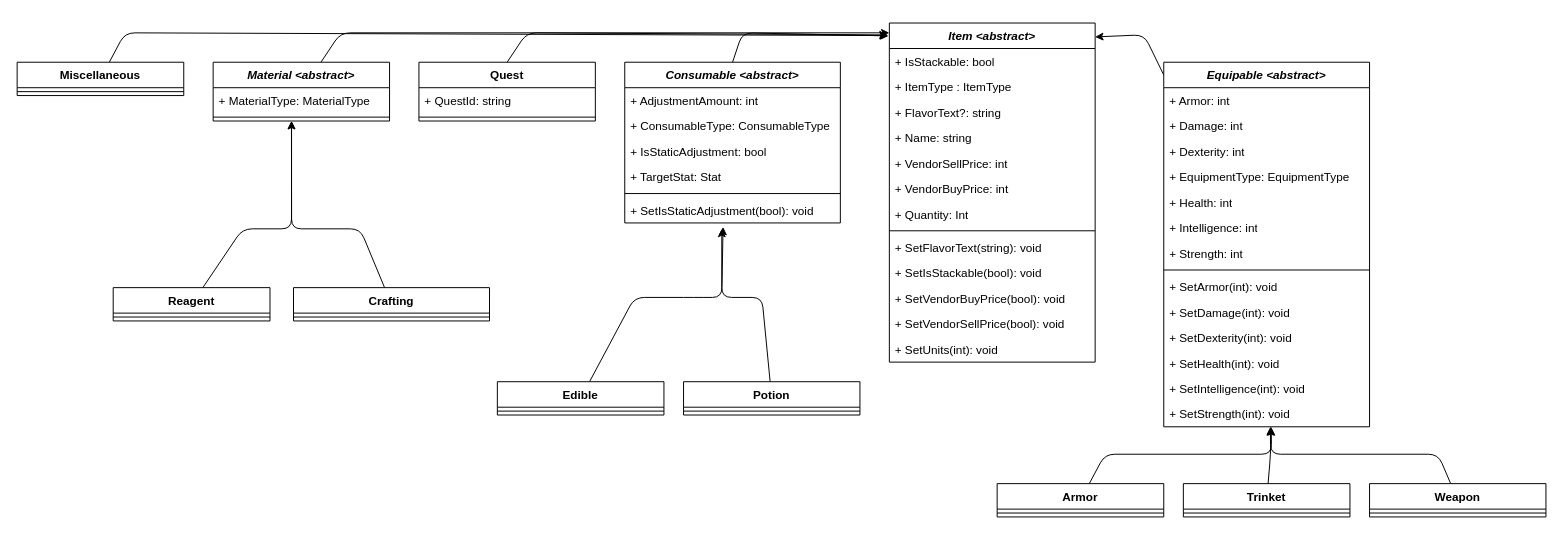
Earlier version of the draw.io diagram docs/design/domain_models/items.drawio (scottfalbo/GameEngine). Source tidied: cells renumbered, new cells numbered last; positions are measured from the earlier drawing's top-left corner, leaving out a move shared by most shapes. Both pictures are drawn from the tidied source at 98%, with x=0, y=0 at pixel (17, 23).
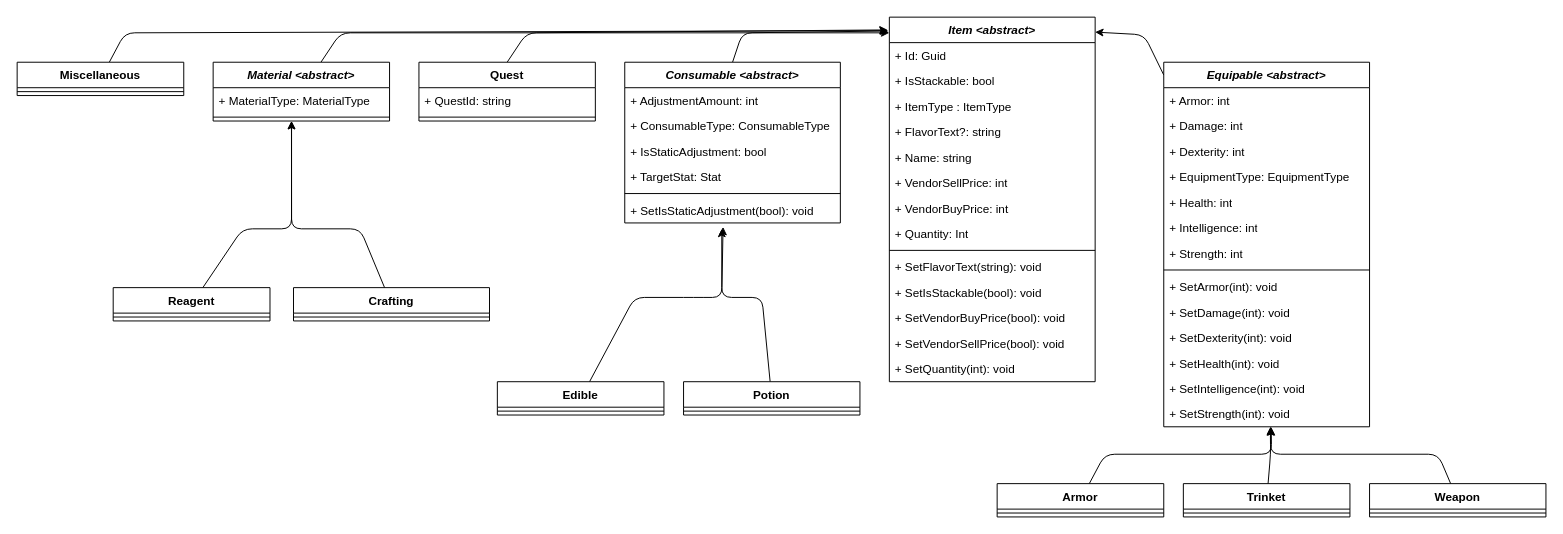
The same diagram, later.

Commit message (it also covers changes not shown here):
added guid id to models

Diff of the diagram source:
```diff
@@
     <mxCell id="2" value="&lt;i style=&quot;&quot;&gt;Item&lt;/i&gt;&lt;i style=&quot;&quot;&gt; &amp;lt;abstract&amp;gt;&lt;/i&gt;" style="swimlane;fontStyle=1;align=center;verticalAlign=top;horizontal=1;startSize=26;whiteSpace=wrap;html=1;" parent="1" vertex="1">
-      <mxGeometry x="890" width="210" height="346" as="geometry" />
+      <mxGeometry x="890" y="-6" width="210" height="372" as="geometry" />
     </mxCell>
+    <mxCell id="72" value="+ Id: Guid" style="text;strokeColor=none;fillColor=none;align=left;verticalAlign=top;spacingLeft=4;spacingRight=4;overflow=hidden;whiteSpace=wrap;html=1;" parent="2" vertex="1">
+      <mxGeometry y="26" width="210" height="26" as="geometry" />
+    </mxCell>
     <mxCell id="3" value="+ IsStackable: bool" style="text;strokeColor=none;fillColor=none;align=left;verticalAlign=top;spacingLeft=4;spacingRight=4;overflow=hidden;whiteSpace=wrap;html=1;" parent="2" vertex="1">
-      <mxGeometry y="26" width="210" height="26" as="geometry" />
+      <mxGeometry y="52" width="210" height="26" as="geometry" />
     </mxCell>
     <mxCell id="4" value="+ ItemType : ItemType" style="text;strokeColor=none;fillColor=none;align=left;verticalAlign=top;spacingLeft=4;spacingRight=4;overflow=hidden;whiteSpace=wrap;html=1;" parent="2" vertex="1">
-      <mxGeometry y="52" width="210" height="26" as="geometry" />
+      <mxGeometry y="78" width="210" height="26" as="geometry" />
     </mxCell>
     <mxCell id="5" value="+ FlavorText?: string" style="text;strokeColor=none;fillColor=none;align=left;verticalAlign=top;spacingLeft=4;spacingRight=4;overflow=hidden;whiteSpace=wrap;html=1;" parent="2" vertex="1">
-      <mxGeometry y="78" width="210" height="26" as="geometry" />
+      <mxGeometry y="104" width="210" height="26" as="geometry" />
     </mxCell>
     <mxCell id="6" value="+ Name: string" style="text;strokeColor=none;fillColor=none;align=left;verticalAlign=top;spacingLeft=4;spacingRight=4;overflow=hidden;whiteSpace=wrap;html=1;" parent="2" vertex="1">
-      <mxGeometry y="104" width="210" height="26" as="geometry" />
+      <mxGeometry y="130" width="210" height="26" as="geometry" />
     </mxCell>
     <mxCell id="7" value="+ VendorSellPrice: int" style="text;strokeColor=none;fillColor=none;align=left;verticalAlign=top;spacingLeft=4;spacingRight=4;overflow=hidden;whiteSpace=wrap;html=1;" parent="2" vertex="1">
-      <mxGeometry y="130" width="210" height="26" as="geometry" />
+      <mxGeometry y="156" width="210" height="26" as="geometry" />
     </mxCell>
     <mxCell id="8" value="+ VendorBuyPrice: int" style="text;strokeColor=none;fillColor=none;align=left;verticalAlign=top;spacingLeft=4;spacingRight=4;overflow=hidden;" parent="2" vertex="1">
-      <mxGeometry y="156" width="210" height="26" as="geometry" />
+      <mxGeometry y="182" width="210" height="26" as="geometry" />
     </mxCell>
     <mxCell id="9" value="+ Quantity: Int" style="text;strokeColor=none;fillColor=none;align=left;verticalAlign=top;spacingLeft=4;spacingRight=4;overflow=hidden;whiteSpace=wrap;html=1;" parent="2" vertex="1">
-      <mxGeometry y="182" width="210" height="26" as="geometry" />
+      <mxGeometry y="208" width="210" height="26" as="geometry" />
     </mxCell>
     <mxCell id="10" style="line;strokeWidth=1;fillColor=none;align=left;verticalAlign=middle;spacingTop=-1;spacingLeft=3;spacingRight=3;labelPosition=right;strokeColor=inherit;" parent="2" vertex="1">
-      <mxGeometry y="208" width="210" height="8" as="geometry" />
+      <mxGeometry y="234" width="210" height="8" as="geometry" />
     </mxCell>
     <mxCell id="11" value="+ SetFlavorText(string): void" style="text;strokeColor=none;fillColor=none;align=left;verticalAlign=top;spacingLeft=4;spacingRight=4;overflow=hidden;whiteSpace=wrap;html=1;" parent="2" vertex="1">
-      <mxGeometry y="216" width="210" height="26" as="geometry" />
+      <mxGeometry y="242" width="210" height="26" as="geometry" />
     </mxCell>
     <mxCell id="12" value="+ SetIsStackable(bool): void" style="text;strokeColor=none;fillColor=none;align=left;verticalAlign=top;spacingLeft=4;spacingRight=4;overflow=hidden;whiteSpace=wrap;html=1;" parent="2" vertex="1">
-      <mxGeometry y="242" width="210" height="26" as="geometry" />
+      <mxGeometry y="268" width="210" height="26" as="geometry" />
     </mxCell>
     <mxCell id="13" value="+ Set&lt;span style=&quot;&quot;&gt;VendorBuyPrice&lt;/span&gt;(bool): void" style="text;strokeColor=none;fillColor=none;align=left;verticalAlign=top;spacingLeft=4;spacingRight=4;overflow=hidden;whiteSpace=wrap;html=1;" parent="2" vertex="1">
-      <mxGeometry y="268" width="210" height="26" as="geometry" />
+      <mxGeometry y="294" width="210" height="26" as="geometry" />
     </mxCell>
     <mxCell id="14" value="+ Set&lt;span style=&quot;&quot;&gt;VendorSellPrice&lt;/span&gt;(bool): void" style="text;strokeColor=none;fillColor=none;align=left;verticalAlign=top;spacingLeft=4;spacingRight=4;overflow=hidden;whiteSpace=wrap;html=1;" parent="2" vertex="1">
-      <mxGeometry y="294" width="210" height="26" as="geometry" />
+      <mxGeometry y="320" width="210" height="26" as="geometry" />
     </mxCell>
-    <mxCell id="15" value="+ SetUnits(int): void" style="text;strokeColor=none;fillColor=none;align=left;verticalAlign=top;spacingLeft=4;spacingRight=4;overflow=hidden;whiteSpace=wrap;html=1;" parent="2" vertex="1">
-      <mxGeometry y="320" width="210" height="26" as="geometry" />
+    <mxCell id="15" value="+ SetQuantity(int): void" style="text;strokeColor=none;fillColor=none;align=left;verticalAlign=top;spacingLeft=4;spacingRight=4;overflow=hidden;whiteSpace=wrap;html=1;" parent="2" vertex="1">
+      <mxGeometry y="346" width="210" height="26" as="geometry" />
     </mxCell>
```
